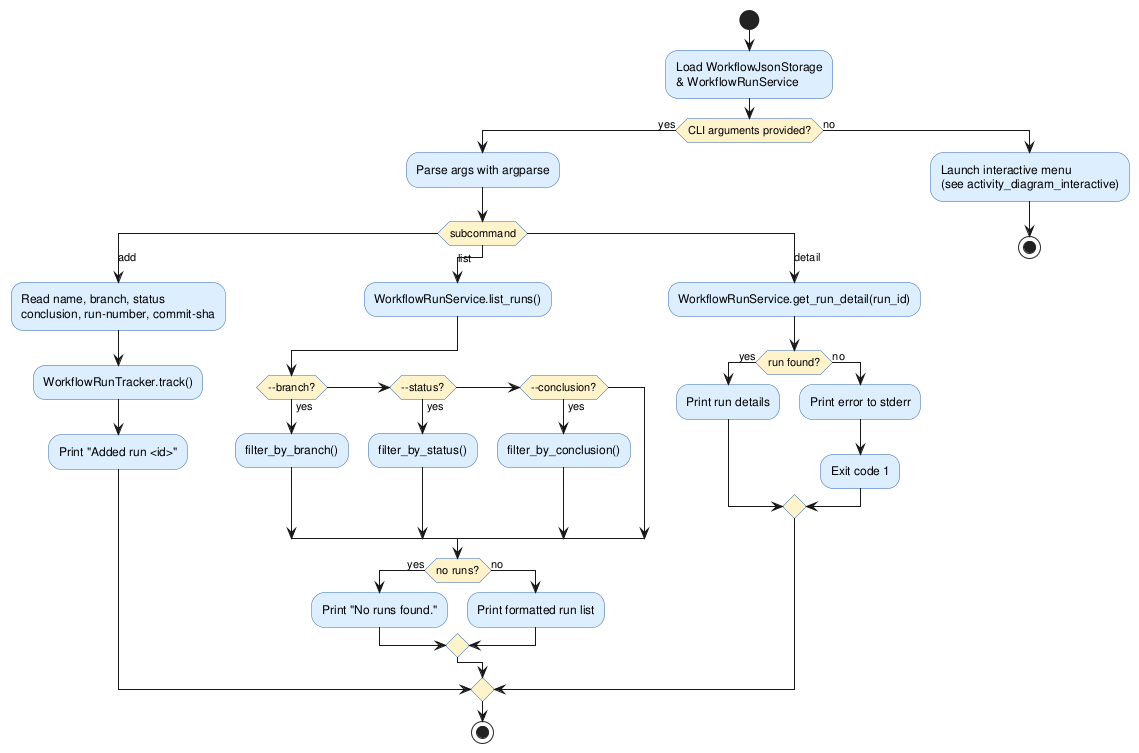
Before: experiments/supervisor_as_tools/user_stories/github-workflow-manager/artifacts/activity_diagram_main.png, a diagram exported from PlantUML (DanielRiha8906/Software_autoevolution_using_agents). Source of this version:
```plantuml
@startuml activity_diagram_main

skinparam activityBackgroundColor #DDEEFF
skinparam activityBorderColor     #3366AA
skinparam activityDiamondBackgroundColor #FFF3CC

start

:Load WorkflowJsonStorage\n& WorkflowRunService;

if (CLI arguments provided?) then (yes)
  :Parse args with argparse;
  switch (subcommand)

    case (add)
      :Read name, branch, status\nconclusion, run-number, commit-sha;
      :WorkflowRunTracker.track();
      :Print "Added run <id>";

    case (list)
      :WorkflowRunService.list_runs();
      if (--branch?) then (yes)
        :filter_by_branch();
      elseif (--status?) then (yes)
        :filter_by_status();
      elseif (--conclusion?) then (yes)
        :filter_by_conclusion();
      endif
      if (no runs?) then (yes)
        :Print "No runs found.";
      else (no)
        :Print formatted run list;
      endif

    case (detail)
      :WorkflowRunService.get_run_detail(run_id);
      if (run found?) then (yes)
        :Print run details;
      else (no)
        :Print error to stderr;
        :Exit code 1;
      endif

  endswitch
  stop

else (no)
  :Launch interactive menu\n(see activity_diagram_interactive);
  stop
endif

@enduml
```
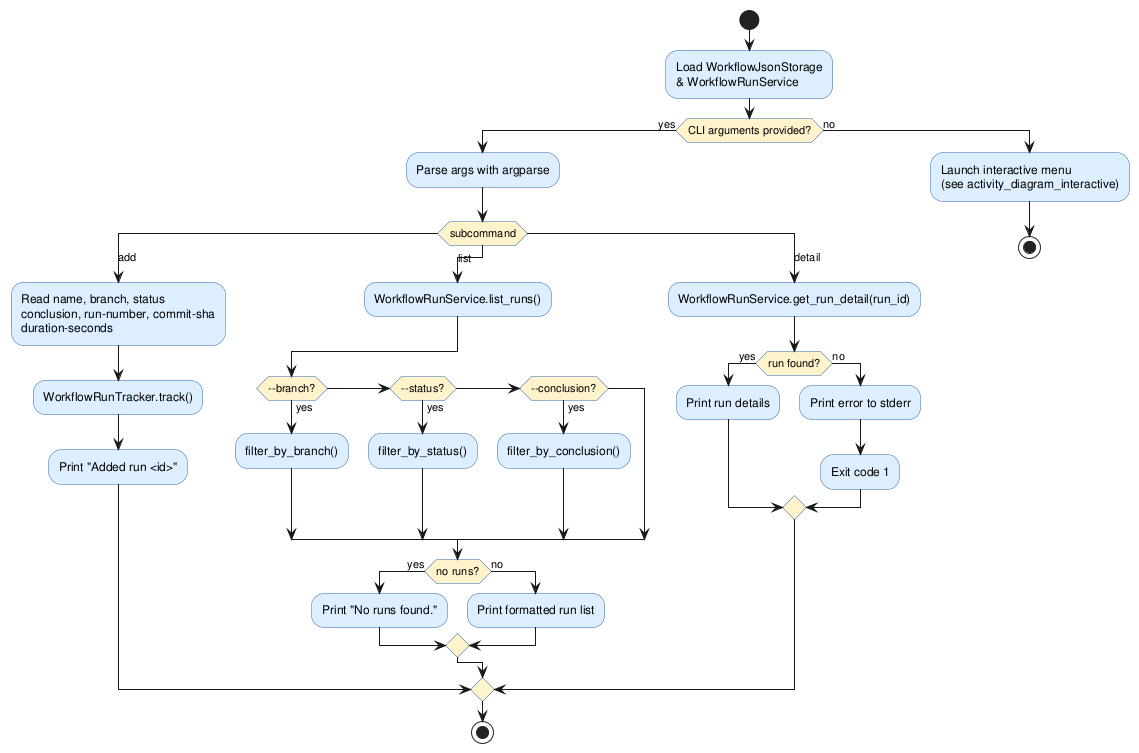
The same diagram one commit later.

The edit, as a diff of the source:
```diff
@@ -13,7 +13,7 @@
   switch (subcommand)
 
     case (add)
-      :Read name, branch, status\nconclusion, run-number, commit-sha;
+      :Read name, branch, status\nconclusion, run-number, commit-sha\nduration-seconds;
       :WorkflowRunTracker.track();
       :Print "Added run <id>";
 
```
